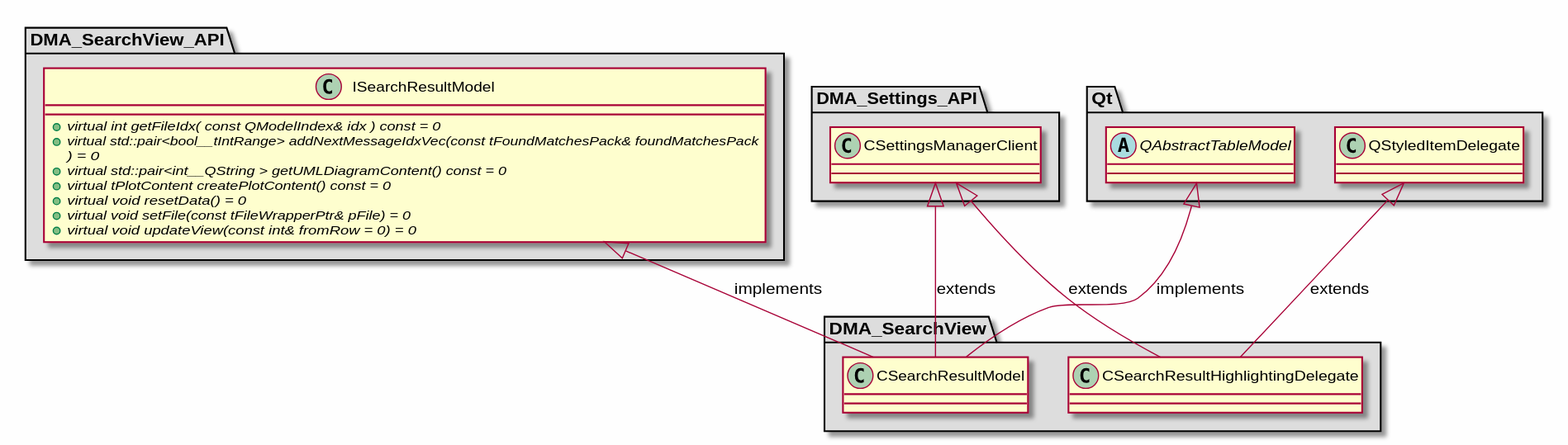
Before: md/dev_docs/puml/DMA_SearchView_standalone.svg, a diagram exported from PlantUML (svlad-90/DLT-Message-Analyzer).
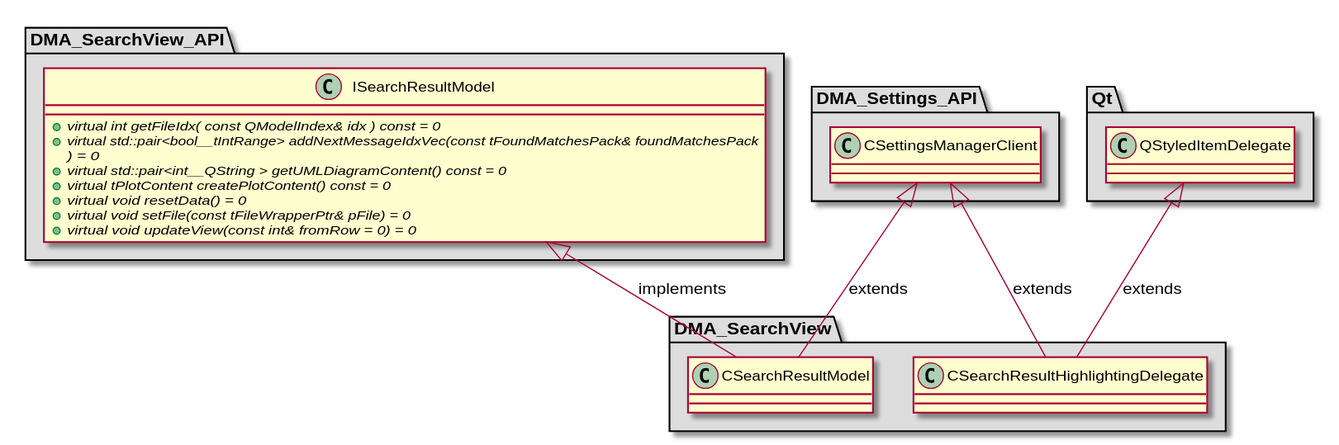
The same file after the commit.

Change to the diagram source:
```diff
@@ -43,10 +43,6 @@
 package "Qt" #DDDDDD
 {
 
-abstract class "QAbstractTableModel"
-{
-}
-
 class "QStyledItemDelegate"
 {
 }
@@ -57,6 +53,5 @@
 QStyledItemDelegate <|-- CSearchResultHighlightingDelegate : extends
 CSettingsManagerClient <|-- CSearchResultModel : extends
 ISearchResultModel <|-- CSearchResultModel : implements
-QAbstractTableModel <|-- CSearchResultModel : implements
 
 @enduml
```
